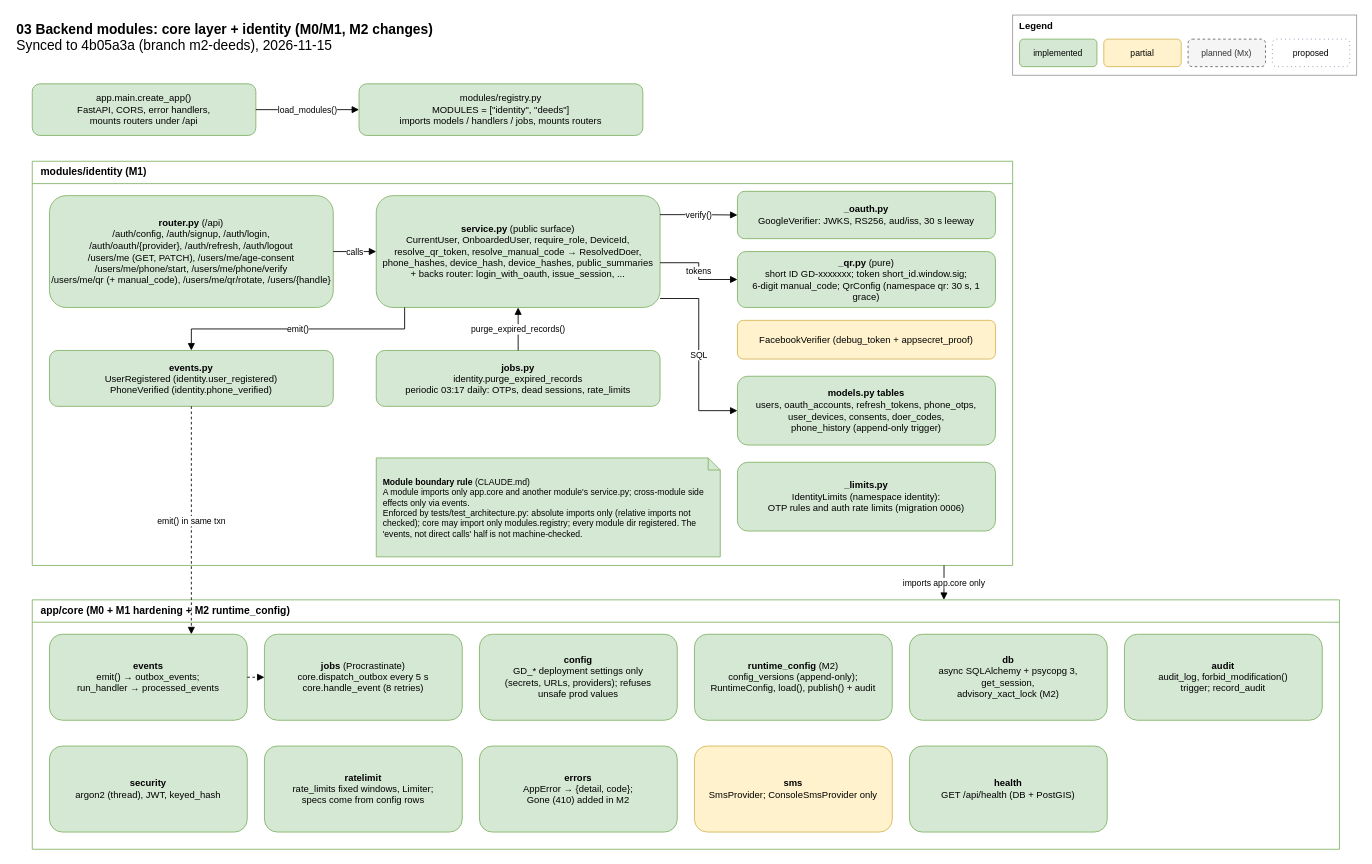
Ismail94M/Good-Deeds keeps this draw.io diagram as page "Core + identity (implemented)" (1 of 3) of docs/architecture/03-backend-modules.drawio. Above is the earlier version. Source tidied: cells renumbered, new cells numbered last; positions are measured from the earlier drawing's top-left corner, leaving out a move shared by most shapes. Both pictures are drawn from the tidied source at 86%, with x=0, y=0 at pixel (15, 15).
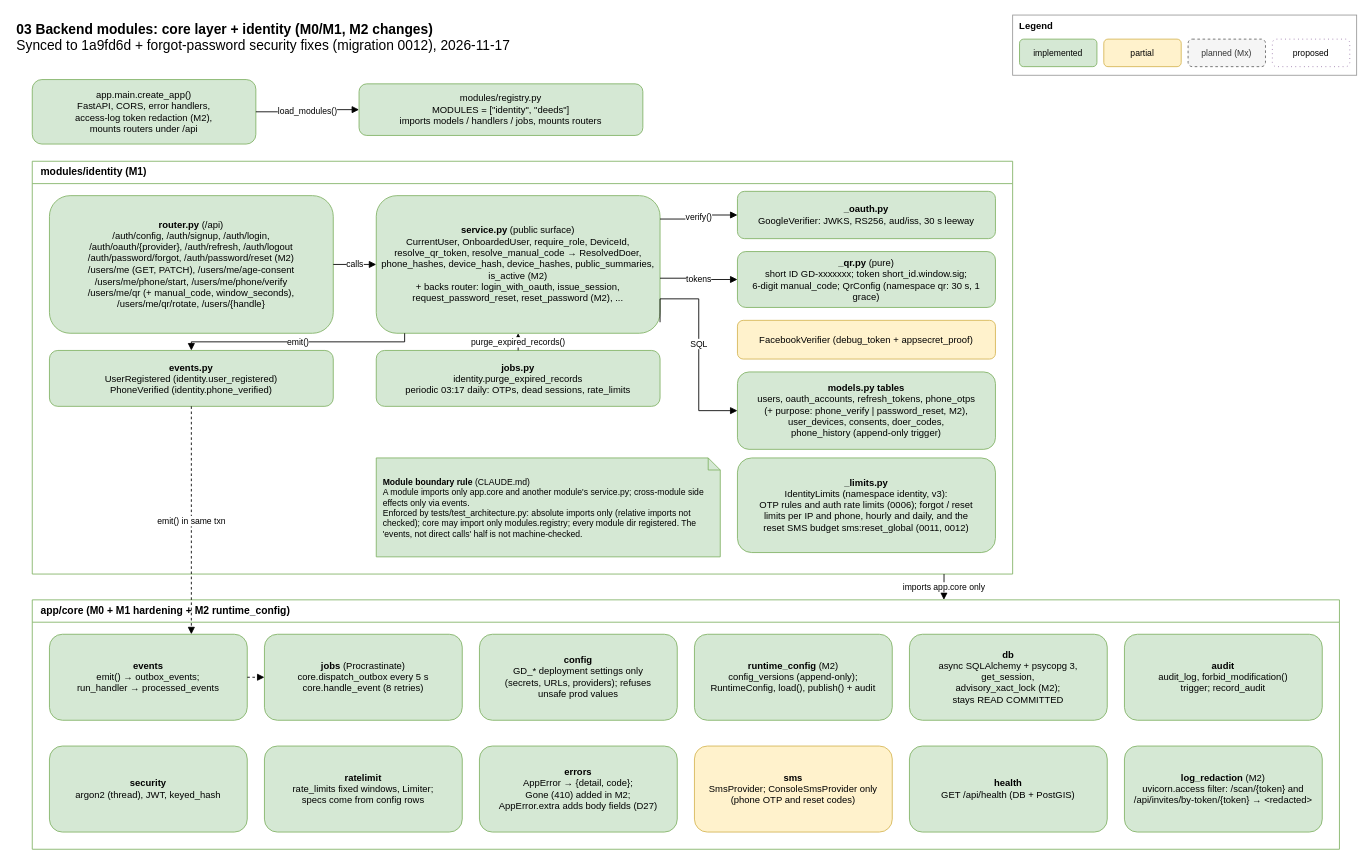
Above is the later version.

The change refers to these unchanged cells:
```xml
<mxCell id="18" value="&lt;b&gt;events.py&lt;/b&gt;&lt;br&gt;UserRegistered (identity.user_registered)&lt;br&gt;PhoneVerified (identity.phone_verified)" style="rounded=1;whiteSpace=wrap;html=1;fontSize=11;fillColor=#d5e8d4;strokeColor=#82b366;" parent="1" vertex="1">
  <mxGeometry x="40" y="390" width="330" height="65" as="geometry" />
</mxCell>
```

What changed in the source:
```diff
@@
-    <mxCell id="2" value="&lt;b&gt;03 Backend modules: core layer + identity (M0/M1, M2 changes)&lt;/b&gt;&lt;br&gt;Synced to 4b05a3a (branch m2-deeds), 2026-11-15" style="text;html=1;align=left;verticalAlign=top;fontSize=16;strokeColor=none;fillColor=none;" parent="1" vertex="1">
+    <mxCell id="2" value="&lt;b&gt;03 Backend modules: core layer + identity (M0/M1, M2 changes)&lt;/b&gt;&lt;br&gt;Synced to 1a9fd6d + forgot-password security fixes (migration 0012), 2026-11-17" style="text;html=1;align=left;verticalAlign=top;fontSize=16;strokeColor=none;fillColor=none;" parent="1" vertex="1">
       <mxGeometry width="900" height="50" as="geometry" />
     </mxCell>
@@
-    <mxCell id="8" value="app.main.create_app()&lt;br&gt;FastAPI, CORS, error handlers,&lt;br&gt;mounts routers under /api" style="rounded=1;whiteSpace=wrap;html=1;fontSize=11;fillColor=#d5e8d4;strokeColor=#82b366;" parent="1" vertex="1">
-      <mxGeometry x="20" y="80" width="260" height="60" as="geometry" />
+    <mxCell id="8" value="app.main.create_app()&lt;br&gt;FastAPI, CORS, error handlers,&lt;br&gt;access-log token redaction (M2),&lt;br&gt;mounts routers under /api" style="rounded=1;whiteSpace=wrap;html=1;fontSize=11;fillColor=#d5e8d4;strokeColor=#82b366;" parent="1" vertex="1">
+      <mxGeometry x="20" y="75" width="260" height="75" as="geometry" />
     </mxCell>
@@
     <mxCell id="11" value="modules/identity (M1)" style="swimlane;whiteSpace=wrap;html=1;startSize=26;fontStyle=1;fillColor=none;strokeColor=#82b366;rounded=0;align=left;spacingLeft=8;" parent="1" vertex="1">
-      <mxGeometry x="20" y="170" width="1140" height="470" as="geometry" />
+      <mxGeometry x="20" y="170" width="1140" height="480" as="geometry" />
     </mxCell>
-    <mxCell id="12" value="&lt;b&gt;router.py&lt;/b&gt; (/api)&lt;br&gt;/auth/config, /auth/signup, /auth/login,&lt;br&gt;/auth/oauth/{provider}, /auth/refresh, /auth/logout&lt;br&gt;/users/me (GET, PATCH), /users/me/age-consent&lt;br&gt;/users/me/phone/start, /users/me/phone/verify&lt;br&gt;/users/me/qr (+ manual_code), /users/me/qr/rotate, /users/{handle}" style="rounded=1;whiteSpace=wrap;html=1;fontSize=11;fillColor=#d5e8d4;strokeColor=#82b366;" parent="1" vertex="1">
-      <mxGeometry x="40" y="210" width="330" height="130" as="geometry" />
+    <mxCell id="12" value="&lt;b&gt;router.py&lt;/b&gt; (/api)&lt;br&gt;/auth/config, /auth/signup, /auth/login,&lt;br&gt;/auth/oauth/{provider}, /auth/refresh, /auth/logout&lt;br&gt;/auth/password/forgot, /auth/password/reset (M2)&lt;br&gt;/users/me (GET, PATCH), /users/me/age-consent&lt;br&gt;/users/me/phone/start, /users/me/phone/verify&lt;br&gt;/users/me/qr (+ manual_code, window_seconds),&lt;br&gt;/users/me/qr/rotate, /users/{handle}" style="rounded=1;whiteSpace=wrap;html=1;fontSize=11;fillColor=#d5e8d4;strokeColor=#82b366;" parent="1" vertex="1">
+      <mxGeometry x="40" y="210" width="330" height="160" as="geometry" />
     </mxCell>
-    <mxCell id="13" value="&lt;b&gt;service.py&lt;/b&gt; (public surface)&lt;br&gt;CurrentUser, OnboardedUser, require_role, DeviceId,&lt;br&gt;resolve_qr_token, resolve_manual_code → ResolvedDoer,&lt;br&gt;phone_hashes, device_hash, device_hashes, public_summaries&lt;br&gt;+ backs router: login_with_oauth, issue_session, ..." style="rounded=1;whiteSpace=wrap;html=1;fontSize=11;fillColor=#d5e8d4;strokeColor=#82b366;" parent="1" vertex="1">
-      <mxGeometry x="420" y="210" width="330" height="130" as="geometry" />
+    <mxCell id="13" value="&lt;b&gt;service.py&lt;/b&gt; (public surface)&lt;br&gt;CurrentUser, OnboardedUser, require_role, DeviceId,&lt;br&gt;resolve_qr_token, resolve_manual_code → ResolvedDoer,&lt;br&gt;phone_hashes, device_hash, device_hashes, public_summaries,&lt;br&gt;is_active (M2)&lt;br&gt;+ backs router: login_with_oauth, issue_session,&lt;br&gt;request_password_reset, reset_password (M2), ..." style="rounded=1;whiteSpace=wrap;html=1;fontSize=11;fillColor=#d5e8d4;strokeColor=#82b366;" parent="1" vertex="1">
+      <mxGeometry x="420" y="210" width="330" height="160" as="geometry" />
     </mxCell>
@@
-    <mxCell id="17" value="&lt;b&gt;models.py tables&lt;/b&gt;&lt;br&gt;users, oauth_accounts, refresh_tokens, phone_otps,&lt;br&gt;user_devices, consents, doer_codes,&lt;br&gt;phone_history (append-only trigger)" style="rounded=1;whiteSpace=wrap;html=1;fontSize=11;fillColor=#d5e8d4;strokeColor=#82b366;" parent="1" vertex="1">
-      <mxGeometry x="840" y="420" width="300" height="80" as="geometry" />
+    <mxCell id="17" value="&lt;b&gt;models.py tables&lt;/b&gt;&lt;br&gt;users, oauth_accounts, refresh_tokens, phone_otps&lt;br&gt;(+ purpose: phone_verify | password_reset, M2),&lt;br&gt;user_devices, consents, doer_codes,&lt;br&gt;phone_history (append-only trigger)" style="rounded=1;whiteSpace=wrap;html=1;fontSize=11;fillColor=#d5e8d4;strokeColor=#82b366;" parent="1" vertex="1">
+      <mxGeometry x="840" y="415" width="300" height="90" as="geometry" />
     </mxCell>
@@
-    <mxCell id="20" value="&lt;b&gt;_limits.py&lt;/b&gt;&lt;br&gt;IdentityLimits (namespace identity):&lt;br&gt;OTP rules and auth rate limits (migration 0006)" style="rounded=1;whiteSpace=wrap;html=1;fontSize=11;fillColor=#d5e8d4;strokeColor=#82b366;" parent="1" vertex="1">
-      <mxGeometry x="840" y="520" width="300" height="80" as="geometry" />
+    <mxCell id="20" value="&lt;b&gt;_limits.py&lt;/b&gt;&lt;br&gt;IdentityLimits (namespace identity, v3):&lt;br&gt;OTP rules and auth rate limits (0006); forgot / reset&lt;br&gt;limits per IP and phone, hourly and daily, and the&lt;br&gt;reset SMS budget sms:reset_global (0011, 0012)" style="rounded=1;whiteSpace=wrap;html=1;fontSize=11;fillColor=#d5e8d4;strokeColor=#82b366;" parent="1" vertex="1">
+      <mxGeometry x="840" y="515" width="300" height="110" as="geometry" />
     </mxCell>
@@
     <mxCell id="26" value="emit()" style="edgeStyle=orthogonalEdgeStyle;rounded=0;html=1;endArrow=block;strokeColor=#000000;fontSize=10;labelBackgroundColor=#ffffff;exitX=0.1;exitY=1;exitDx=0;exitDy=0;entryX=0.5;entryY=0;entryDx=0;entryDy=0;" parent="1" edge="1" source="13" target="18">
       <mxGeometry relative="1" as="geometry">
         <Array as="points">
-          <mxPoint x="453" y="365" />
-          <mxPoint x="205" y="365" />
+          <mxPoint x="453" y="380" />
+          <mxPoint x="205" y="380" />
         </Array>
       </mxGeometry>
     </mxCell>
@@
-    <mxCell id="33" value="&lt;b&gt;db&lt;/b&gt;&lt;br&gt;async SQLAlchemy + psycopg 3,&lt;br&gt;get_session,&lt;br&gt;advisory_xact_lock (M2)" style="rounded=1;whiteSpace=wrap;html=1;fontSize=11;fillColor=#d5e8d4;strokeColor=#82b366;" parent="1" vertex="1">
+    <mxCell id="33" value="&lt;b&gt;db&lt;/b&gt;&lt;br&gt;async SQLAlchemy + psycopg 3,&lt;br&gt;get_session,&lt;br&gt;advisory_xact_lock (M2);&lt;br&gt;stays READ COMMITTED" style="rounded=1;whiteSpace=wrap;html=1;fontSize=11;fillColor=#d5e8d4;strokeColor=#82b366;" parent="1" vertex="1">
       <mxGeometry x="1040" y="720" width="230" height="100" as="geometry" />
     </mxCell>
@@
-    <mxCell id="37" value="&lt;b&gt;errors&lt;/b&gt;&lt;br&gt;AppError → {detail, code};&lt;br&gt;Gone (410) added in M2" style="rounded=1;whiteSpace=wrap;html=1;fontSize=11;fillColor=#d5e8d4;strokeColor=#82b366;" parent="1" vertex="1">
+    <mxCell id="37" value="&lt;b&gt;errors&lt;/b&gt;&lt;br&gt;AppError → {detail, code};&lt;br&gt;Gone (410) added in M2;&lt;br&gt;AppError.extra adds body fields (D27)" style="rounded=1;whiteSpace=wrap;html=1;fontSize=11;fillColor=#d5e8d4;strokeColor=#82b366;" parent="1" vertex="1">
       <mxGeometry x="540" y="850" width="230" height="100" as="geometry" />
     </mxCell>
-    <mxCell id="38" value="&lt;b&gt;sms&lt;/b&gt;&lt;br&gt;SmsProvider; ConsoleSmsProvider only" style="rounded=1;whiteSpace=wrap;html=1;fontSize=11;fillColor=#fff2cc;strokeColor=#d6b656;" parent="1" vertex="1">
+    <mxCell id="38" value="&lt;b&gt;sms&lt;/b&gt;&lt;br&gt;SmsProvider; ConsoleSmsProvider only&lt;br&gt;(phone OTP and reset codes)" style="rounded=1;whiteSpace=wrap;html=1;fontSize=11;fillColor=#fff2cc;strokeColor=#d6b656;" parent="1" vertex="1">
       <mxGeometry x="790" y="850" width="230" height="100" as="geometry" />
     </mxCell>
@@
+    <mxCell id="43" value="&lt;b&gt;log_redaction&lt;/b&gt; (M2)&lt;br&gt;uvicorn.access filter: /scan/{token} and&lt;br&gt;/api/invites/by-token/{token} → &amp;lt;redacted&amp;gt;" style="rounded=1;whiteSpace=wrap;html=1;fontSize=11;fillColor=#d5e8d4;strokeColor=#82b366;" parent="1" vertex="1">
+      <mxGeometry x="1290" y="850" width="230" height="100" as="geometry" />
+    </mxCell>
```
